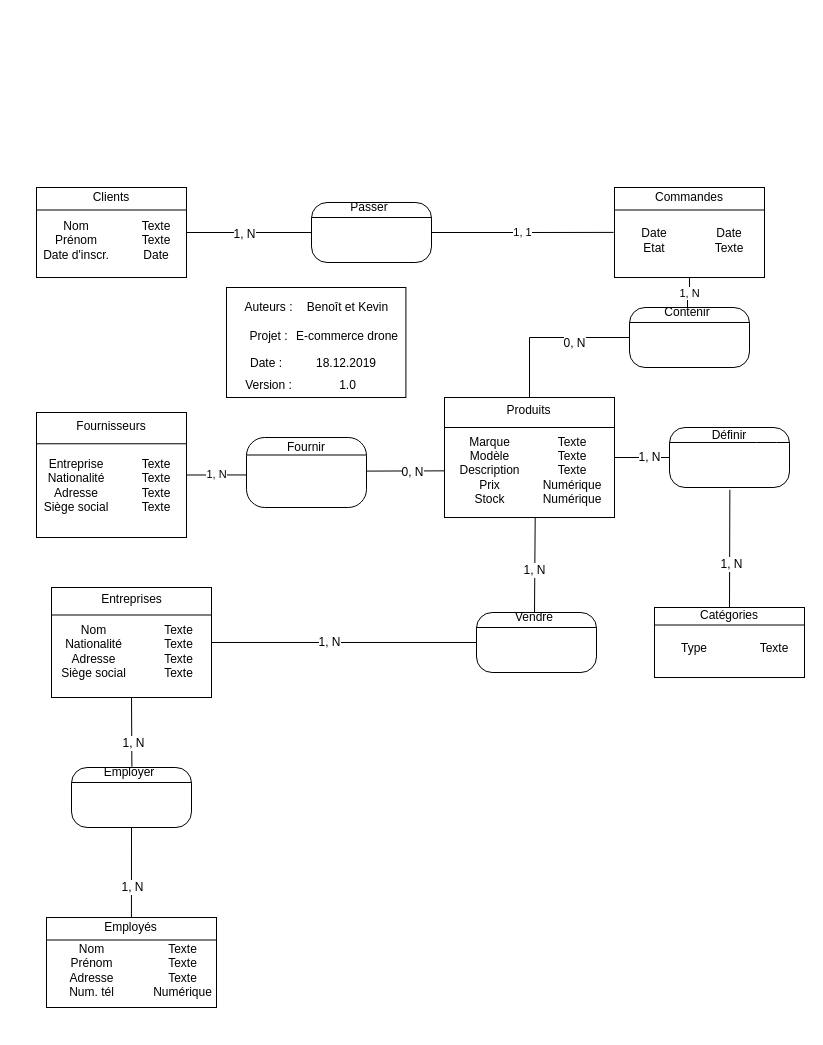
Earlier version of the draw.io diagram DRNRCE/MCD_Drone.drawio (BPTdev/MA-08_Drone). Source tidied: cells renumbered, new cells numbered last; positions are measured from the earlier drawing's top-left corner, leaving out a move shared by most shapes. Both pictures are drawn from the tidied source at 100%, with x=0, y=0 at pixel (36, 17).
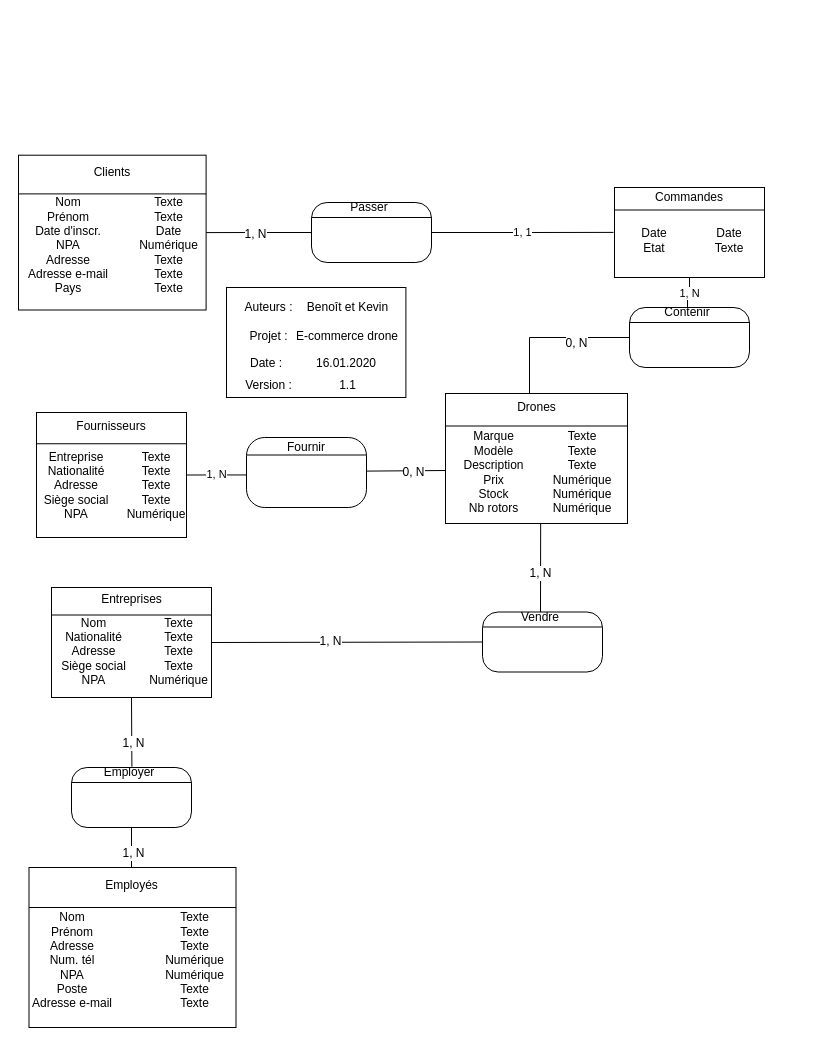
Above is the later version.

Unchanged cells that the change refers to:
```xml
<mxCell id="10" style="group;" parent="8" vertex="1">
  <mxGeometry x="10.6" y="85.6" width="158.3" height="24.4" as="geometry" />
</mxCell>
<mxCell id="13" style="group;" parent="8" vertex="1">
  <mxGeometry x="10.6" y="7.3" width="179.4" height="78.2" as="geometry" />
</mxCell>
<mxCell id="83" style="rounded=1;whiteSpace=wrap;html=1;arcSize=26;" parent="82" vertex="1">
  <mxGeometry width="120" height="70" as="geometry" />
</mxCell>
<mxCell id="90" style="group;" parent="89" vertex="1">
  <mxGeometry width="160" height="110" as="geometry" />
</mxCell>
<mxCell id="101" value="Vendre" style="text;html=1;strokeColor=none;fillColor=none;align=center;verticalAlign=middle;whiteSpace=wrap;rounded=0;" parent="97" vertex="1">
  <mxGeometry x="38" width="40" height="10" as="geometry" />
</mxCell>
<mxCell id="105" style="group;" parent="104" vertex="1">
  <mxGeometry width="150" height="125" as="geometry" />
</mxCell>
<mxCell id="133" style="rounded=1;whiteSpace=wrap;html=1;arcSize=26;" parent="132" vertex="1">
  <mxGeometry width="120" height="60" as="geometry" />
</mxCell>
```

The edit, as a diff of the source:
```diff
@@
-    <mxCell id="12" value="1.0" style="text;html=1;strokeColor=none;fillColor=none;align=center;verticalAlign=middle;whiteSpace=wrap;rounded=0;" parent="10" vertex="1">
+    <mxCell id="12" value="1.1" style="text;html=1;strokeColor=none;fillColor=none;align=center;verticalAlign=middle;whiteSpace=wrap;rounded=0;" parent="10" vertex="1">
       <mxGeometry x="63.3" width="95" height="24.4" as="geometry" />
     </mxCell>
@@
-    <mxCell id="23" value="18.12.2019" style="text;html=1;strokeColor=none;fillColor=none;align=center;verticalAlign=middle;whiteSpace=wrap;rounded=0;labelBackgroundColor=none;" parent="13" vertex="1">
+    <mxCell id="23" value="16.01.2020" style="text;html=1;strokeColor=none;fillColor=none;align=center;verticalAlign=middle;whiteSpace=wrap;rounded=0;labelBackgroundColor=none;" parent="13" vertex="1">
       <mxGeometry x="89.4" y="58.2" width="40" height="20" as="geometry" />
     </mxCell>
     <mxCell id="24" style="group;" parent="1" vertex="1">
-      <mxGeometry x="408" y="380" width="170" height="120" as="geometry" />
+      <mxGeometry x="409" y="376" width="182" height="130" as="geometry" />
     </mxCell>
     <mxCell id="25" style="group;" parent="24" vertex="1">
-      <mxGeometry width="170" height="120" as="geometry" />
+      <mxGeometry width="182" height="130" as="geometry" />
     </mxCell>
     <mxCell id="26" style="group;" parent="25" vertex="1">
-      <mxGeometry width="170" height="120" as="geometry" />
+      <mxGeometry width="182" height="130" as="geometry" />
     </mxCell>
     <mxCell id="27" style="group;" parent="26" vertex="1">
-      <mxGeometry width="170" height="120" as="geometry" />
+      <mxGeometry width="182" height="130" as="geometry" />
     </mxCell>
     <mxCell id="28" style="rounded=0;whiteSpace=wrap;html=1;" parent="27" vertex="1">
-      <mxGeometry width="170" height="120" as="geometry" />
+      <mxGeometry width="182" height="130" as="geometry" />
     </mxCell>
@@
-    <mxCell id="30" value="Produits" style="text;html=1;strokeColor=none;fillColor=none;align=center;verticalAlign=middle;whiteSpace=wrap;rounded=0;" parent="27" vertex="1">
-      <mxGeometry x="62.3" width="45.3" height="26.7" as="geometry" />
+    <mxCell id="30" value="Drones" style="text;html=1;strokeColor=none;fillColor=none;align=center;verticalAlign=middle;whiteSpace=wrap;rounded=0;" parent="27" vertex="1">
+      <mxGeometry x="66.7" width="48.5" height="28.9" as="geometry" />
     </mxCell>
-    <mxCell id="31" value="Marque&lt;br&gt;Modèle&lt;br&gt;Description&lt;br&gt;Prix&lt;br&gt;Stock" style="text;html=1;strokeColor=none;fillColor=none;align=center;verticalAlign=middle;whiteSpace=wrap;rounded=0;" parent="27" vertex="1">
-      <mxGeometry y="26.7" width="90.7" height="93.3" as="geometry" />
+    <mxCell id="31" value="Marque&lt;br&gt;Modèle&lt;br&gt;Description&lt;br&gt;Prix&lt;br&gt;Stock&lt;br&gt;Nb rotors" style="text;html=1;strokeColor=none;fillColor=none;align=center;verticalAlign=middle;whiteSpace=wrap;rounded=0;" parent="27" vertex="1">
+      <mxGeometry y="28.9" width="97.1" height="101.1" as="geometry" />
     </mxCell>
-    <mxCell id="32" value="Texte&lt;br&gt;Texte&lt;br&gt;Texte&lt;br&gt;Numérique&lt;br&gt;Numérique" style="text;html=1;strokeColor=none;fillColor=none;align=center;verticalAlign=middle;whiteSpace=wrap;rounded=0;" parent="27" vertex="1">
-      <mxGeometry x="99.8" y="30" width="56.3" height="86.4" as="geometry" />
+    <mxCell id="32" value="Texte&lt;br&gt;Texte&lt;br&gt;Texte&lt;br&gt;Numérique&lt;br&gt;Numérique&lt;br&gt;Numérique" style="text;html=1;strokeColor=none;fillColor=none;align=center;verticalAlign=middle;whiteSpace=wrap;rounded=0;" parent="27" vertex="1">
+      <mxGeometry x="106.9" y="32.5" width="60.3" height="93.6" as="geometry" />
     </mxCell>
     <mxCell id="33" style="group;" parent="1" vertex="1">
-      <mxGeometry y="170" width="150" height="90" as="geometry" />
+      <mxGeometry x="-8" y="110" width="198" height="167" as="geometry" />
     </mxCell>
     <mxCell id="34" style="group;" parent="33" vertex="1">
-      <mxGeometry width="150" height="90" as="geometry" />
+      <mxGeometry y="12.2" width="187.6" height="154.8" as="geometry" />
     </mxCell>
     <mxCell id="35" style="group;" parent="34" vertex="1">
-      <mxGeometry width="150" height="90" as="geometry" />
+      <mxGeometry x="-10" y="15.5" width="187.6" height="154.8" as="geometry" />
     </mxCell>
     <mxCell id="36" style="group;" parent="35" vertex="1">
-      <mxGeometry width="150" height="90" as="geometry" />
+      <mxGeometry width="187.6" height="154.8" as="geometry" />
     </mxCell>
     <mxCell id="37" style="rounded=0;whiteSpace=wrap;html=1;" parent="36" vertex="1">
-      <mxGeometry width="150" height="90" as="geometry" />
+      <mxGeometry width="187.6" height="154.8" as="geometry" />
     </mxCell>
@@
     <mxCell id="39" value="Clients" style="text;html=1;strokeColor=none;fillColor=none;align=center;verticalAlign=middle;whiteSpace=wrap;rounded=0;" parent="36" vertex="1">
-      <mxGeometry x="55" width="40" height="20" as="geometry" />
+      <mxGeometry x="68.8" width="50" height="34.4" as="geometry" />
     </mxCell>
-    <mxCell id="40" value="Nom&lt;br&gt;Prénom&lt;br&gt;Date d'inscr." style="text;html=1;strokeColor=none;fillColor=none;align=center;verticalAlign=middle;whiteSpace=wrap;rounded=0;" parent="36" vertex="1">
-      <mxGeometry y="20" width="80" height="65" as="geometry" />
+    <mxCell id="40" value="Nom&lt;br&gt;Prénom&lt;br&gt;Date d'inscr.&lt;br&gt;NPA&lt;br&gt;Adresse&lt;br&gt;Adresse e-mail&lt;br&gt;Pays" style="text;html=1;strokeColor=none;fillColor=none;align=center;verticalAlign=middle;whiteSpace=wrap;rounded=0;" parent="36" vertex="1">
+      <mxGeometry y="34.4" width="100" height="111.8" as="geometry" />
     </mxCell>
-    <mxCell id="41" value="Texte&lt;br&gt;Texte&lt;br&gt;Date" style="text;html=1;strokeColor=none;fillColor=none;align=center;verticalAlign=middle;whiteSpace=wrap;rounded=0;" parent="36" vertex="1">
-      <mxGeometry x="95" y="25" width="50" height="55" as="geometry" />
+    <mxCell id="41" value="Texte&lt;br&gt;Texte&lt;br&gt;Date&lt;br&gt;Numérique&lt;br&gt;Texte&lt;br&gt;Texte&lt;br&gt;Texte" style="text;html=1;strokeColor=none;fillColor=none;align=center;verticalAlign=middle;whiteSpace=wrap;rounded=0;" parent="36" vertex="1">
+      <mxGeometry x="118.8" y="43" width="62.5" height="94.6" as="geometry" />
     </mxCell>
@@
-    <mxCell id="63" style="group;" parent="1" vertex="1">
-      <mxGeometry x="618" y="590" width="150" height="70" as="geometry" />
-    </mxCell>
-    <mxCell id="64" style="group;" parent="63" vertex="1">
-      <mxGeometry width="150" height="70" as="geometry" />
-    </mxCell>
-    <mxCell id="65" style="group;" parent="64" vertex="1">
-      <mxGeometry width="150" height="70" as="geometry" />
-    </mxCell>
-    <mxCell id="66" style="rounded=0;whiteSpace=wrap;html=1;" parent="65" vertex="1">
-      <mxGeometry width="150" height="70" as="geometry" />
-    </mxCell>
-    <mxCell id="67" style="endArrow=none;html=1;entryX=1;entryY=0.25;entryDx=0;entryDy=0;exitX=0;exitY=0.25;exitDx=0;exitDy=0;" parent="65" edge="1" source="66" target="66">
-      <mxGeometry relative="1" as="geometry" />
-    </mxCell>
-    <mxCell id="68" value="Catégories" style="text;html=1;strokeColor=none;fillColor=none;align=center;verticalAlign=middle;whiteSpace=wrap;rounded=0;" parent="65" vertex="1">
-      <mxGeometry x="55" width="40" height="15.6" as="geometry" />
-    </mxCell>
-    <mxCell id="69" value="Type&lt;br&gt;" style="text;html=1;strokeColor=none;fillColor=none;align=center;verticalAlign=middle;whiteSpace=wrap;rounded=0;" parent="65" vertex="1">
-      <mxGeometry y="15.6" width="80" height="50.6" as="geometry" />
-    </mxCell>
-    <mxCell id="70" value="Texte" style="text;html=1;strokeColor=none;fillColor=none;align=center;verticalAlign=middle;whiteSpace=wrap;rounded=0;" parent="65" vertex="1">
-      <mxGeometry x="95" y="19.4" width="50" height="42.8" as="geometry" />
-    </mxCell>
-    <mxCell id="71" style="endArrow=none;html=1;exitX=1;exitY=0.5;exitDx=0;exitDy=0;fontStyle=1;entryX=0;entryY=0.5;entryDx=0;entryDy=0;" parent="1" edge="1" source="28" target="115">
-      <mxGeometry relative="1" as="geometry" />
-    </mxCell>
-    <mxCell id="72" value="1, N" style="text;html=1;align=center;verticalAlign=middle;labelBackgroundColor=#ffffff;" parent="71" vertex="1">
-      <mxGeometry x="0.25" y="1" relative="1" as="geometry" />
-    </mxCell>
@@
-    <mxCell id="75" style="endArrow=none;html=1;entryX=0.5;entryY=0;entryDx=0;entryDy=0;exitX=0.503;exitY=1.038;exitDx=0;exitDy=0;exitPerimeter=0;" parent="1" edge="1" source="115" target="68">
-      <mxGeometry relative="1" as="geometry" />
-    </mxCell>
-    <mxCell id="76" value="1, N" style="text;html=1;align=center;verticalAlign=middle;labelBackgroundColor=#ffffff;" parent="75" vertex="1">
-      <mxGeometry x="0.25" y="1" relative="1" as="geometry" />
-    </mxCell>
@@
-    <mxCell id="86" style="endArrow=none;html=1;exitX=1.004;exitY=0.48;exitDx=0;exitDy=0;entryX=0;entryY=0.5;entryDx=0;entryDy=0;exitPerimeter=0;" parent="1" edge="1" source="83" target="31">
-      <mxGeometry relative="1" as="geometry" />
+    <mxCell id="86" style="endArrow=none;html=1;exitX=1.004;exitY=0.48;exitDx=0;exitDy=0;exitPerimeter=0;" parent="1" edge="1" source="83">
+      <mxGeometry relative="1" as="geometry">
+        <mxPoint x="409" y="453" as="targetPoint" />
+      </mxGeometry>
     </mxCell>
@@
-    <mxCell id="94" value="Nom&lt;br&gt;Nationalité&lt;br&gt;Adresse&lt;br&gt;Siège social" style="text;html=1;strokeColor=none;fillColor=none;align=center;verticalAlign=middle;whiteSpace=wrap;rounded=0;" parent="90" vertex="1">
+    <mxCell id="94" value="Nom&lt;br&gt;Nationalité&lt;br&gt;Adresse&lt;br&gt;Siège social&lt;br&gt;NPA" style="text;html=1;strokeColor=none;fillColor=none;align=center;verticalAlign=middle;whiteSpace=wrap;rounded=0;" parent="90" vertex="1">
       <mxGeometry y="24.4" width="85.3" height="79.4" as="geometry" />
     </mxCell>
-    <mxCell id="95" value="Texte&lt;br&gt;Texte&lt;br&gt;Texte&lt;br&gt;Texte" style="text;html=1;strokeColor=none;fillColor=none;align=center;verticalAlign=middle;whiteSpace=wrap;rounded=0;" parent="90" vertex="1">
+    <mxCell id="95" value="Texte&lt;br&gt;Texte&lt;br&gt;Texte&lt;br&gt;Texte&lt;br&gt;Numérique" style="text;html=1;strokeColor=none;fillColor=none;align=center;verticalAlign=middle;whiteSpace=wrap;rounded=0;" parent="90" vertex="1">
       <mxGeometry x="101.3" y="30.6" width="53.3" height="67.2" as="geometry" />
     </mxCell>
     <mxCell id="96" style="group;" parent="1" vertex="1">
-      <mxGeometry x="440" y="595" width="120" height="60" as="geometry" />
+      <mxGeometry x="446" y="594.5" width="120" height="60" as="geometry" />
     </mxCell>
@@
-    <mxCell id="109" value="Entreprise&lt;br&gt;Nationalité&lt;br&gt;Adresse&lt;br&gt;Siège social" style="text;html=1;strokeColor=none;fillColor=none;align=center;verticalAlign=middle;whiteSpace=wrap;rounded=0;" parent="105" vertex="1">
+    <mxCell id="109" value="Entreprise&lt;br&gt;Nationalité&lt;br&gt;Adresse&lt;br&gt;Siège social&lt;br&gt;NPA" style="text;html=1;strokeColor=none;fillColor=none;align=center;verticalAlign=middle;whiteSpace=wrap;rounded=0;" parent="105" vertex="1">
       <mxGeometry y="27.8" width="80" height="90.3" as="geometry" />
     </mxCell>
-    <mxCell id="110" value="Texte&lt;br&gt;Texte&lt;br&gt;Texte&lt;br&gt;Texte" style="text;html=1;strokeColor=none;fillColor=none;align=center;verticalAlign=middle;whiteSpace=wrap;rounded=0;" parent="105" vertex="1">
+    <mxCell id="110" value="Texte&lt;br&gt;Texte&lt;br&gt;Texte&lt;br&gt;Texte&lt;br&gt;Numérique" style="text;html=1;strokeColor=none;fillColor=none;align=center;verticalAlign=middle;whiteSpace=wrap;rounded=0;" parent="105" vertex="1">
       <mxGeometry x="95" y="34.7" width="50" height="76.4" as="geometry" />
     </mxCell>
-    <mxCell id="111" style="group;" parent="1" vertex="1">
-      <mxGeometry x="633" y="410" width="120" height="60" as="geometry" />
-    </mxCell>
-    <mxCell id="112" style="group;" parent="111" vertex="1">
-      <mxGeometry width="120" height="60" as="geometry" />
-    </mxCell>
-    <mxCell id="113" style="group;" parent="112" vertex="1">
-      <mxGeometry width="120" height="60" as="geometry" />
-    </mxCell>
-    <mxCell id="114" style="group;" parent="113" vertex="1">
-      <mxGeometry width="120" height="60" as="geometry" />
-    </mxCell>
-    <mxCell id="115" style="rounded=1;whiteSpace=wrap;html=1;arcSize=26;" parent="114" vertex="1">
-      <mxGeometry width="120" height="60" as="geometry" />
-    </mxCell>
-    <mxCell id="116" style="endArrow=none;html=1;exitX=0;exitY=0.25;exitDx=0;exitDy=0;" parent="114" edge="1" source="115">
-      <mxGeometry relative="1" as="geometry">
-        <mxPoint x="120" y="15" as="targetPoint" />
-        <Array as="points">
-          <mxPoint x="97" y="15" />
-        </Array>
-      </mxGeometry>
-    </mxCell>
-    <mxCell id="117" value="Définir" style="text;html=1;strokeColor=none;fillColor=none;align=center;verticalAlign=middle;whiteSpace=wrap;rounded=0;" parent="114" vertex="1">
-      <mxGeometry x="40" width="40" height="15.6" as="geometry" />
-    </mxCell>
@@
-    <mxCell id="127" style="endArrow=none;html=1;entryX=1;entryY=1;entryDx=0;entryDy=0;exitX=0.5;exitY=0;exitDx=0;exitDy=0;" parent="1" edge="1" source="101" target="31">
+    <mxCell id="127" style="endArrow=none;html=1;entryX=0.98;entryY=0.995;entryDx=0;entryDy=0;exitX=0.5;exitY=0;exitDx=0;exitDy=0;entryPerimeter=0;" parent="1" edge="1" source="101" target="31">
       <mxGeometry relative="1" as="geometry" />
     </mxCell>
@@
-    <mxCell id="138" style="endArrow=none;html=1;entryX=0.5;entryY=1;entryDx=0;entryDy=0;exitX=0.5;exitY=0;exitDx=0;exitDy=0;" parent="1" edge="1" source="146" target="133">
+    <mxCell id="138" style="endArrow=none;html=1;entryX=0.5;entryY=1;entryDx=0;entryDy=0;exitX=0.482;exitY=-0.004;exitDx=0;exitDy=0;exitPerimeter=0;" parent="1" edge="1" source="146" target="133">
       <mxGeometry relative="1" as="geometry" />
     </mxCell>
@@
     <mxCell id="140" style="group;" parent="1" vertex="1">
-      <mxGeometry x="10" y="900" width="170" height="90" as="geometry" />
+      <mxGeometry x="-6.5" y="830" width="207" height="160" as="geometry" />
     </mxCell>
     <mxCell id="141" style="group;" parent="140" vertex="1">
-      <mxGeometry width="170" height="90" as="geometry" />
+      <mxGeometry x="4" y="13.5" width="207" height="160" as="geometry" />
     </mxCell>
     <mxCell id="142" style="group;" parent="141" vertex="1">
-      <mxGeometry width="170" height="90" as="geometry" />
+      <mxGeometry x="-5" y="6.5" width="207" height="160" as="geometry" />
     </mxCell>
     <mxCell id="143" style="group;" parent="142" vertex="1">
-      <mxGeometry width="170" height="90" as="geometry" />
+      <mxGeometry width="207" height="160" as="geometry" />
     </mxCell>
     <mxCell id="144" style="rounded=0;whiteSpace=wrap;html=1;" parent="143" vertex="1">
-      <mxGeometry width="170" height="90" as="geometry" />
+      <mxGeometry width="207" height="160" as="geometry" />
     </mxCell>
@@
     <mxCell id="146" value="Employés" style="text;html=1;strokeColor=none;fillColor=none;align=center;verticalAlign=middle;whiteSpace=wrap;rounded=0;" parent="143" vertex="1">
-      <mxGeometry x="62.3" width="45.3" height="20" as="geometry" />
+      <mxGeometry x="75.9" width="55.2" height="35.6" as="geometry" />
     </mxCell>
-    <mxCell id="147" value="Nom&lt;br&gt;Prénom&lt;br&gt;Adresse&lt;br&gt;Num. tél" style="text;html=1;strokeColor=none;fillColor=none;align=center;verticalAlign=middle;whiteSpace=wrap;rounded=0;" parent="143" vertex="1">
-      <mxGeometry y="20" width="90.7" height="65" as="geometry" />
+    <mxCell id="147" value="Nom&lt;br&gt;Prénom&lt;br&gt;Adresse&lt;br&gt;Num. tél&lt;br&gt;NPA&lt;br&gt;Poste&lt;br&gt;Adresse e-mail" style="text;html=1;strokeColor=none;fillColor=none;align=center;verticalAlign=middle;whiteSpace=wrap;rounded=0;" parent="143" vertex="1">
+      <mxGeometry x="-12" y="35.6" width="110.4" height="115.6" as="geometry" />
     </mxCell>
-    <mxCell id="148" value="Texte&lt;br&gt;Texte&lt;br&gt;Texte&lt;br&gt;Numérique" style="text;html=1;strokeColor=none;fillColor=none;align=center;verticalAlign=middle;whiteSpace=wrap;rounded=0;" parent="143" vertex="1">
-      <mxGeometry x="107.7" y="25" width="56.7" height="55" as="geometry" />
+    <mxCell id="148" value="Texte&lt;br&gt;Texte&lt;br&gt;Texte&lt;br&gt;Numérique&lt;br&gt;Numérique&lt;br&gt;Texte&lt;br&gt;Texte" style="text;html=1;strokeColor=none;fillColor=none;align=center;verticalAlign=middle;whiteSpace=wrap;rounded=0;" parent="143" vertex="1">
+      <mxGeometry x="131.1" y="44.4" width="69" height="97.8" as="geometry" />
     </mxCell>
```
